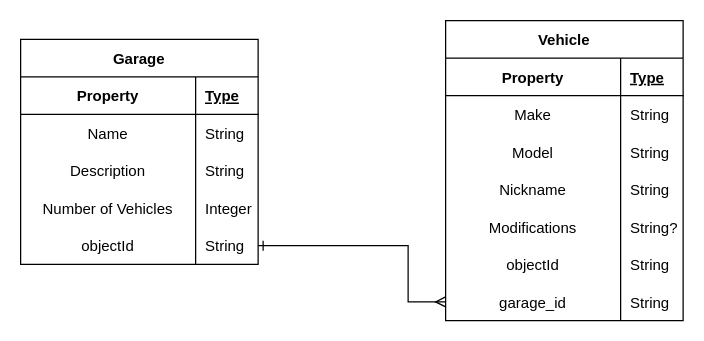
Earlier version of the draw.io diagram communityGarage.drawio (d-lewis9442/communityGarage). Source tidied: cells renumbered, new cells numbered last; positions are measured from the earlier drawing's top-left corner, leaving out a move shared by most shapes. Both pictures are drawn from the tidied source at 125%, with x=0, y=0 at pixel (20, 20).
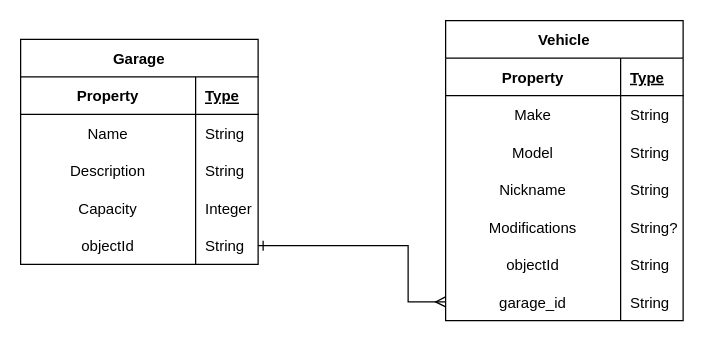
The same page after the edit.

The change refers to these unchanged cells:
```xml
<mxCell id="13" style="shape=tableRow;horizontal=0;startSize=0;swimlaneHead=0;swimlaneBody=0;fillColor=none;top=0;left=0;right=0;bottom=0;" parent="3" vertex="1">
  <mxGeometry y="120" width="190" height="30" as="geometry" />
</mxCell>
```

What changed in the source:
```diff
@@
-    <mxCell id="14" value="Number of Vehicles" style="shape=partialRectangle;fillColor=none;top=0;left=0;bottom=0;right=0;overflow=hidden;" parent="13" vertex="1">
+    <mxCell id="14" value="Capacity" style="shape=partialRectangle;fillColor=none;top=0;left=0;bottom=0;right=0;overflow=hidden;" parent="13" vertex="1">
       <mxGeometry width="140" height="30" as="geometry" />
     </mxCell>
```
